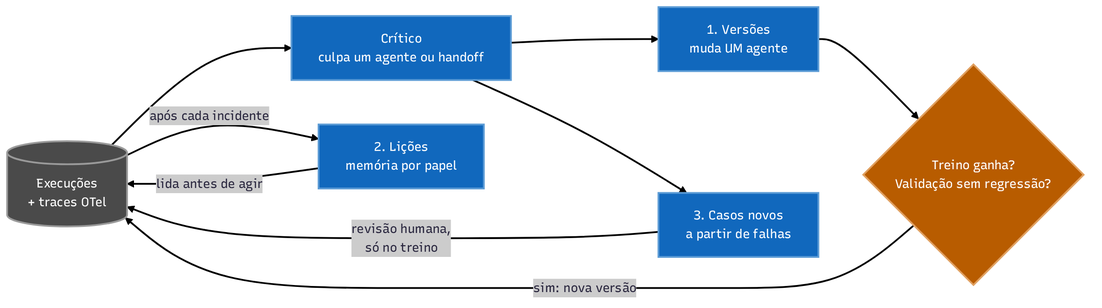
Earlier version of the Mermaid export projects/course-02-agentic-ai/presentation/diagrams/loops.png (joaoptpsa/gen-ai-course). Its source is kept beside it as projects/course-02-agentic-ai/presentation/diagrams/loops.mmd. The source it was exported from:
```mermaid
---
config:
  layout: dagre
  look: classic
  flowchart:
    wrappingWidth: 320
---
flowchart LR
  runs[("Execuções<br/>+ traces OTel")]
  critic["Crítico<br/>culpa um agente ou handoff"]
  versions["1. Versões<br/>muda UM agente"]
  lessons["2. Lições<br/>memória por papel"]
  cases["3. Casos novos<br/>a partir de falhas"]
  gate{"Treino ganha?<br/>Validação sem regressão?"}

  runs --> critic
  critic --> versions
  versions --> gate
  gate -->|"sim: nova versão"| runs
  runs -->|"após cada incidente"| lessons
  lessons -->|"lida antes de agir"| runs
  critic --> cases
  cases -->|"revisão humana,<br/>só no treino"| runs

  classDef agent fill:#1168bd,stroke:#5b9bd5,color:#ffffff
  classDef gate fill:#b85c00,stroke:#e0a060,color:#ffffff
  classDef store fill:#4a4a4a,stroke:#9a9a9a,color:#ffffff
  class critic,versions,lessons,cases agent
  class gate gate
  class runs store
```
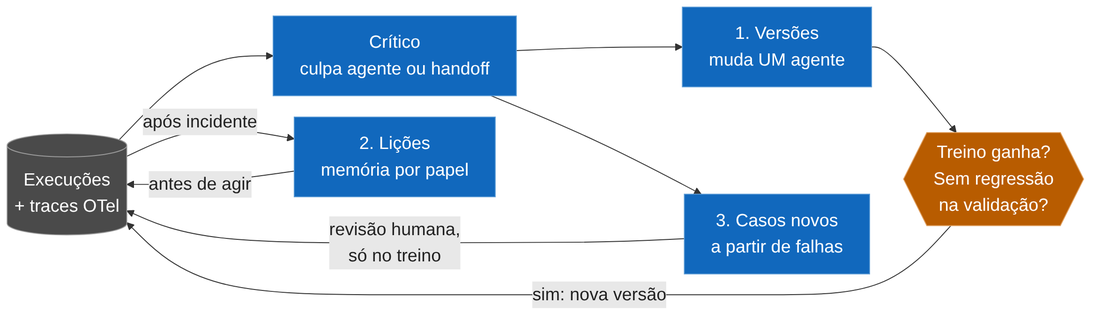
Later version of the same file.

Commit message:
docs: fix claims, timing and diagram readability in course 2 proposal

The edit, as a diff of the source:
```diff
@@ -2,23 +2,31 @@
 config:
   layout: dagre
   look: classic
+  theme: base
+  themeVariables:
+    fontSize: "20px"
+    lineColor: "#333333"
+    edgeLabelBackground: "#e8e8e8"
+    primaryTextColor: "#222222"
   flowchart:
-    wrappingWidth: 320
+    wrappingWidth: 260
+    nodeSpacing: 24
+    rankSpacing: 36
 ---
 flowchart LR
   runs[("Execuções<br/>+ traces OTel")]
-  critic["Crítico<br/>culpa um agente ou handoff"]
+  critic["Crítico<br/>culpa agente ou handoff"]
   versions["1. Versões<br/>muda UM agente"]
   lessons["2. Lições<br/>memória por papel"]
   cases["3. Casos novos<br/>a partir de falhas"]
-  gate{"Treino ganha?<br/>Validação sem regressão?"}
+  gate{{"Treino ganha?<br/>Sem regressão<br/>na validação?"}}
 
   runs --> critic
   critic --> versions
   versions --> gate
   gate -->|"sim: nova versão"| runs
-  runs -->|"após cada incidente"| lessons
-  lessons -->|"lida antes de agir"| runs
+  runs -->|"após incidente"| lessons
+  lessons -->|"antes de agir"| runs
   critic --> cases
   cases -->|"revisão humana,<br/>só no treino"| runs
 
```
